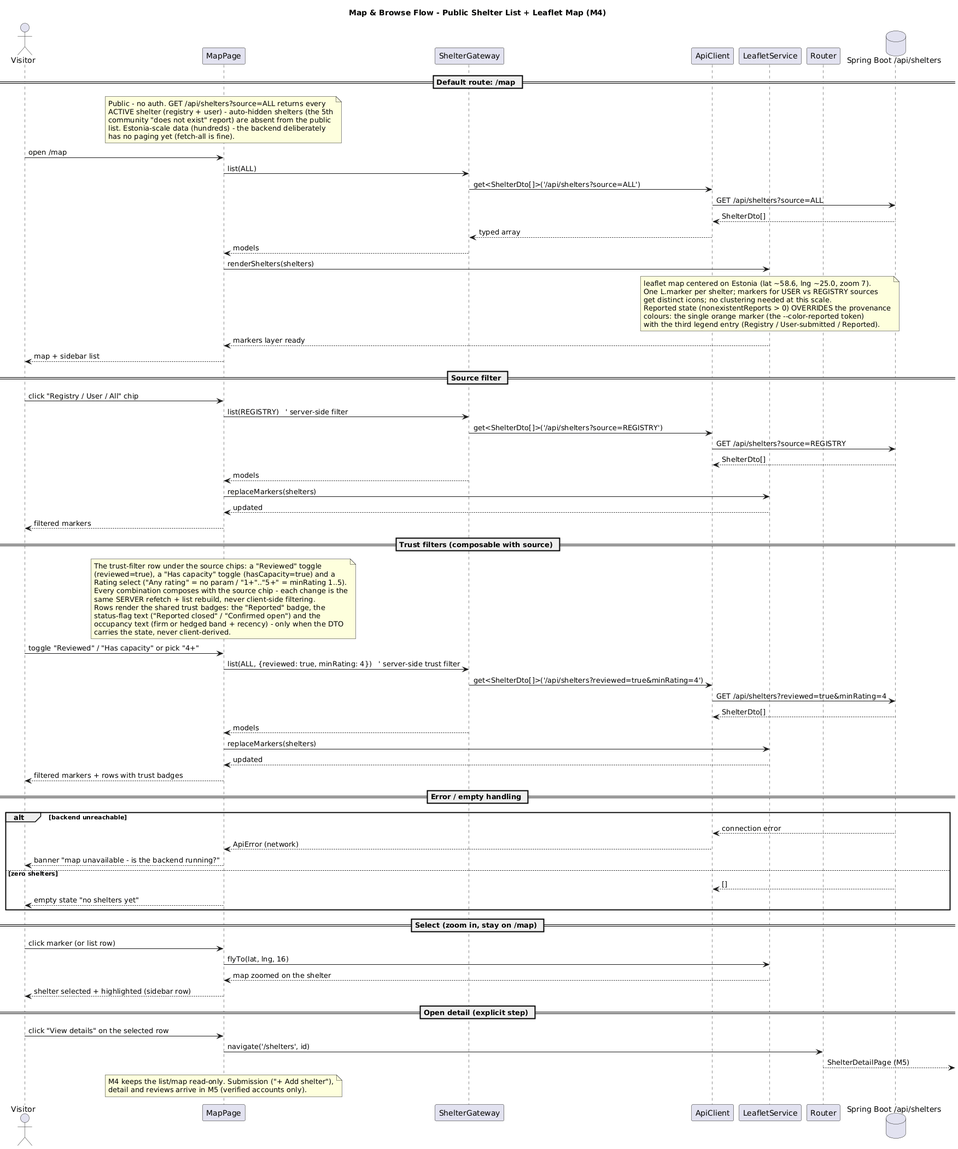
Bro223/OpenShelter keeps this PlantUML diagram as frontend/docs/out/04-map-browse-flow.png. Above is the earlier version.
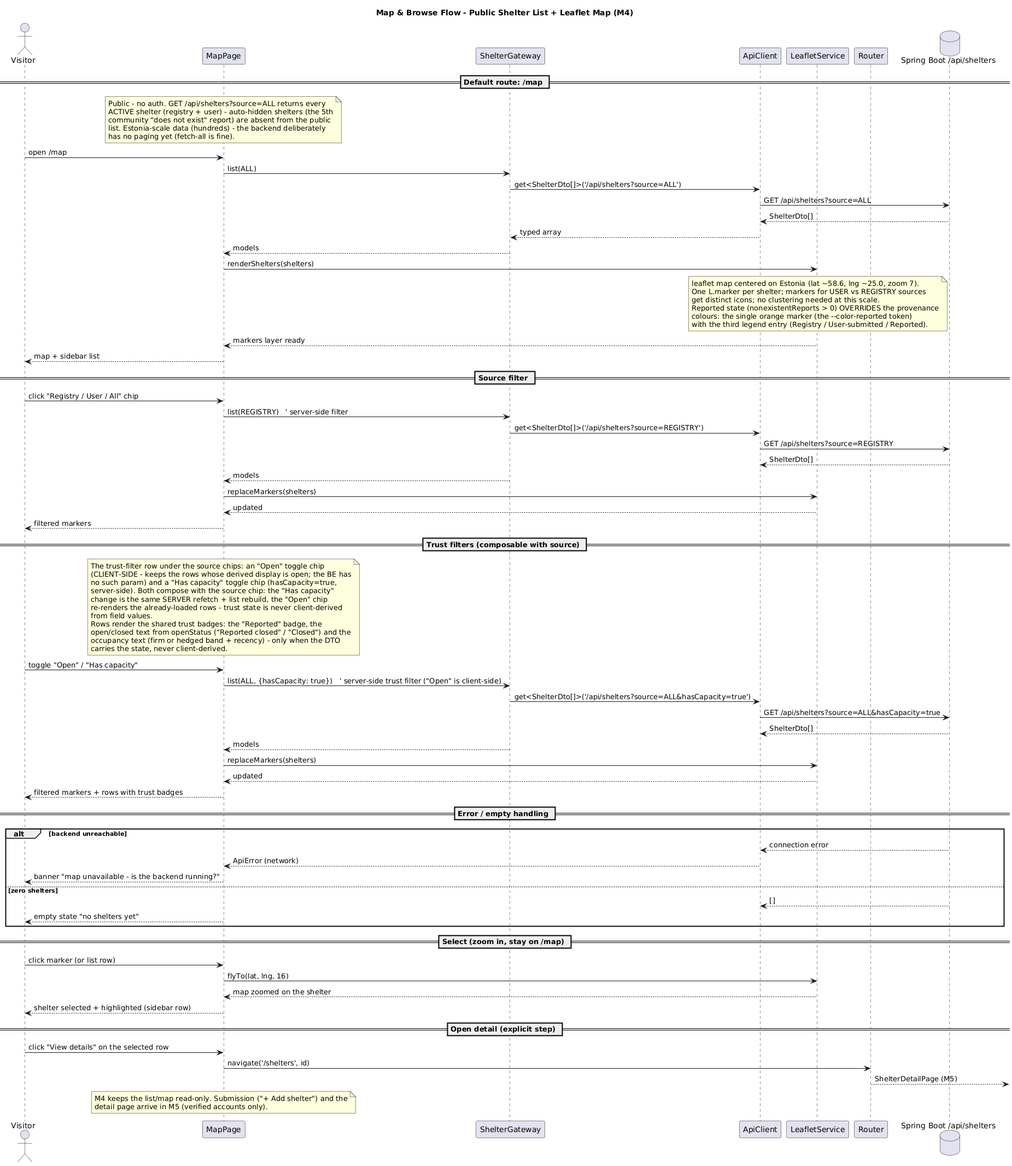
After the commit.

Change to the diagram source:
```diff
@@ -50,20 +50,22 @@
 
 == Trust filters (composable with source) ==
 note over MP
-  The trust-filter row under the source chips: a "Reviewed" toggle
-  (reviewed=true), a "Has capacity" toggle (hasCapacity=true) and a
-  Rating select ("Any rating" = no param / "1+".."5+" = minRating 1..5).
-  Every combination composes with the source chip - each change is the
-  same SERVER refetch + list rebuild, never client-side filtering.
+  The trust-filter row under the source chips: an "Open" toggle chip
+  (CLIENT-SIDE - keeps the rows whose derived display is open; the BE has
+  no such param) and a "Has capacity" toggle chip (hasCapacity=true,
+  server-side). Both compose with the source chip: the "Has capacity"
+  change is the same SERVER refetch + list rebuild, the "Open" chip
+  re-renders the already-loaded rows - trust state is never client-derived
+  from field values.
   Rows render the shared trust badges: the "Reported" badge, the
-  status-flag text ("Reported closed" / "Confirmed open") and the
+  open/closed text from openStatus ("Reported closed" / "Closed") and the
   occupancy text (firm or hedged band + recency) - only when the DTO
   carries the state, never client-derived.
 end note
-Visitor -> MP : toggle "Reviewed" / "Has capacity" or pick "4+"
-MP -> SG : list(ALL, {reviewed: true, minRating: 4})   ' server-side trust filter
-SG -> AC : get<ShelterDto[]>('/api/shelters?reviewed=true&minRating=4')
-AC -> API : GET /api/shelters?reviewed=true&minRating=4
+Visitor -> MP : toggle "Open" / "Has capacity"
+MP -> SG : list(ALL, {hasCapacity: true})   ' server-side trust filter ("Open" is client-side)
+SG -> AC : get<ShelterDto[]>('/api/shelters?source=ALL&hasCapacity=true')
+AC -> API : GET /api/shelters?source=ALL&hasCapacity=true
 API --> AC : ShelterDto[]
 SG --> MP : models
 MP -> LS : replaceMarkers(shelters)
@@ -92,7 +94,7 @@
 R --> : ShelterDetailPage (M5)
 
 note over MP
-  M4 keeps the list/map read-only. Submission ("+ Add shelter"),
-  detail and reviews arrive in M5 (verified accounts only).
+  M4 keeps the list/map read-only. Submission ("+ Add shelter") and the
+  detail page arrive in M5 (verified accounts only).
 end note
 @enduml
```
